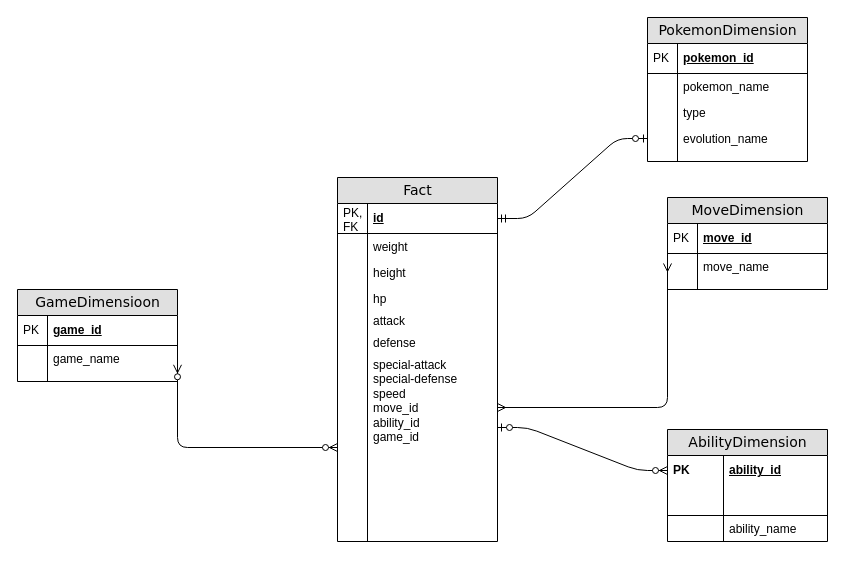
Before: Untitled Diagram.drawio in imranmahmood-mba/pokemon_spark_project, a draw.io diagram. Source tidied: cells renumbered, new cells numbered last; positions are measured from the earlier drawing's top-left corner, leaving out a move shared by most shapes. Both pictures are drawn from the tidied source at 100%, with x=0, y=0 at pixel (17, 17).
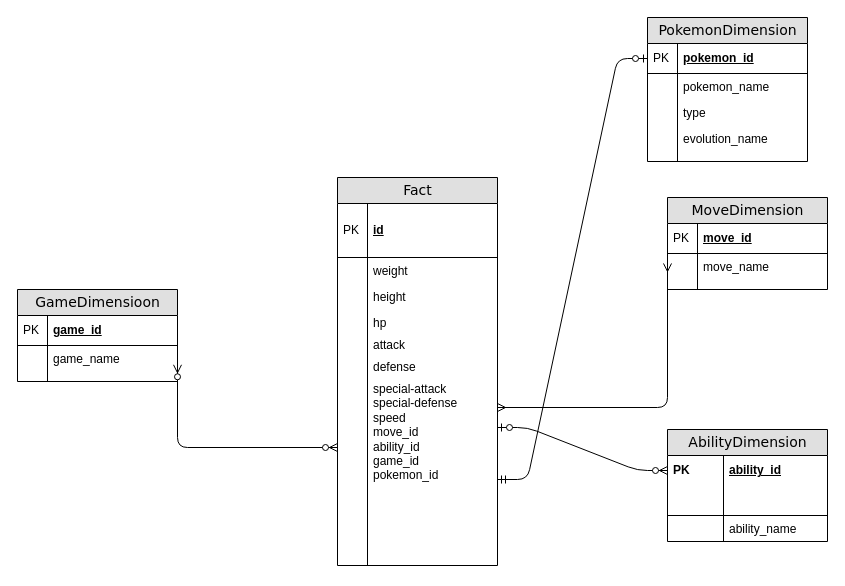
The same diagram, later.

Commit message:
added new primary key to fact table

The change refers to these unchanged cells:
```xml
<mxCell id="17" value="pokemon_id" style="shape=partialRectangle;top=0;left=0;right=0;bottom=1;html=1;align=left;verticalAlign=middle;fillColor=none;spacingLeft=34;spacingRight=4;whiteSpace=wrap;overflow=hidden;points=[[0,0.5],[1,0.5]];portConstraint=eastwest;fontStyle=5;" parent="16" vertex="1">
  <mxGeometry y="26" width="160" height="30" as="geometry" />
</mxCell>
<mxCell id="23" value="evolution_name" style="shape=partialRectangle;top=0;left=0;right=0;bottom=0;html=1;align=left;verticalAlign=top;fillColor=none;spacingLeft=34;spacingRight=4;whiteSpace=wrap;overflow=hidden;points=[[0,0.5],[1,0.5]];portConstraint=eastwest;" parent="16" vertex="1">
  <mxGeometry y="108" width="160" height="26" as="geometry" />
</mxCell>
```

Diff of the diagram source:
```diff
@@
-    <mxCell id="36" style="edgeStyle=entityRelationEdgeStyle;html=1;endArrow=ERzeroToOne;startArrow=ERmandOne;labelBackgroundColor=none;fontFamily=Verdana;fontSize=14;entryX=0;entryY=0.5;exitX=1;exitY=0.5;exitDx=0;exitDy=0;" parent="1" edge="1" source="39" target="23">
-      <mxGeometry relative="1" as="geometry" />
+    <mxCell id="36" style="edgeStyle=entityRelationEdgeStyle;html=1;endArrow=ERzeroToOne;startArrow=ERmandOne;labelBackgroundColor=none;fontFamily=Verdana;fontSize=14;exitX=1;exitY=0.5;exitDx=0;exitDy=0;" parent="1" edge="1" target="17">
+      <mxGeometry relative="1" as="geometry">
+        <mxPoint x="480" y="462" as="sourcePoint" />
+      </mxGeometry>
     </mxCell>
@@
     <mxCell id="38" value="Fact" style="swimlane;html=1;fontStyle=0;horizontal=1;startSize=26;fillColor=#e0e0e0;swimlaneFillColor=#ffffff;align=center;rounded=0;shadow=0;comic=0;labelBackgroundColor=none;strokeWidth=1;fontFamily=Verdana;fontSize=14;" parent="1" vertex="1">
-      <mxGeometry x="320" y="160" width="160" height="364" as="geometry" />
+      <mxGeometry x="320" y="160" width="160" height="388" as="geometry" />
     </mxCell>
     <mxCell id="39" value="id" style="shape=partialRectangle;top=0;left=0;right=0;bottom=1;html=1;align=left;verticalAlign=middle;fillColor=none;spacingLeft=34;spacingRight=4;whiteSpace=wrap;overflow=hidden;points=[[0,0.5],[1,0.5]];portConstraint=eastwest;fontStyle=5;" parent="38" vertex="1">
-      <mxGeometry y="26" width="160" height="30" as="geometry" />
+      <mxGeometry y="26" width="160" height="54" as="geometry" />
     </mxCell>
-    <mxCell id="40" value="PK, FK" style="shape=partialRectangle;top=0;left=0;bottom=0;html=1;fillColor=none;align=left;verticalAlign=middle;spacingLeft=4;spacingRight=4;whiteSpace=wrap;overflow=hidden;" parent="39" vertex="1">
-      <mxGeometry width="30" height="30" as="geometry" />
+    <mxCell id="40" value="PK&lt;br&gt;" style="shape=partialRectangle;top=0;left=0;bottom=0;html=1;fillColor=none;align=left;verticalAlign=middle;spacingLeft=4;spacingRight=4;whiteSpace=wrap;overflow=hidden;" parent="39" vertex="1">
+      <mxGeometry width="30" height="54" as="geometry" />
     </mxCell>
     <mxCell id="41" value="weight" style="shape=partialRectangle;top=0;left=0;right=0;bottom=0;html=1;align=left;verticalAlign=top;fillColor=none;spacingLeft=34;spacingRight=4;whiteSpace=wrap;overflow=hidden;" parent="38" vertex="1">
-      <mxGeometry y="56" width="160" height="26" as="geometry" />
+      <mxGeometry y="80" width="160" height="26" as="geometry" />
     </mxCell>
@@
     <mxCell id="43" value="height" style="shape=partialRectangle;top=0;left=0;right=0;bottom=0;html=1;align=left;verticalAlign=top;fillColor=none;spacingLeft=34;spacingRight=4;whiteSpace=wrap;overflow=hidden;" parent="38" vertex="1">
-      <mxGeometry y="82" width="160" height="26" as="geometry" />
+      <mxGeometry y="106" width="160" height="26" as="geometry" />
     </mxCell>
@@
     <mxCell id="45" value="hp" style="shape=partialRectangle;top=0;left=0;right=0;bottom=0;html=1;align=left;verticalAlign=top;fillColor=none;spacingLeft=34;spacingRight=4;whiteSpace=wrap;overflow=hidden;" parent="38" vertex="1">
-      <mxGeometry y="108" width="160" height="22" as="geometry" />
+      <mxGeometry y="132" width="160" height="22" as="geometry" />
     </mxCell>
@@
     <mxCell id="47" value="attack" style="shape=partialRectangle;top=0;left=0;right=0;bottom=0;html=1;align=left;verticalAlign=top;fillColor=none;spacingLeft=34;spacingRight=4;whiteSpace=wrap;overflow=hidden;" parent="38" vertex="1">
-      <mxGeometry y="130" width="160" height="22" as="geometry" />
+      <mxGeometry y="154" width="160" height="22" as="geometry" />
     </mxCell>
@@
     <mxCell id="49" value="defense" style="shape=partialRectangle;top=0;left=0;right=0;bottom=0;html=1;align=left;verticalAlign=top;fillColor=none;spacingLeft=34;spacingRight=4;whiteSpace=wrap;overflow=hidden;" parent="38" vertex="1">
-      <mxGeometry y="152" width="160" height="22" as="geometry" />
+      <mxGeometry y="176" width="160" height="22" as="geometry" />
     </mxCell>
@@
-    <mxCell id="51" value="special-attack&lt;br&gt;special-defense&lt;br&gt;speed&lt;br&gt;move_id&lt;br&gt;ability_id&lt;br&gt;game_id" style="shape=partialRectangle;top=0;left=0;right=0;bottom=0;html=1;align=left;verticalAlign=top;fillColor=none;spacingLeft=34;spacingRight=4;whiteSpace=wrap;overflow=hidden;points=[[0,0.5],[1,0.5]];portConstraint=eastwest;" parent="38" vertex="1">
-      <mxGeometry y="174" width="160" height="190" as="geometry" />
+    <mxCell id="51" value="special-attack&lt;br&gt;special-defense&lt;br&gt;speed&lt;br&gt;move_id&lt;br&gt;ability_id&lt;br&gt;game_id&lt;br&gt;pokemon_id" style="shape=partialRectangle;top=0;left=0;right=0;bottom=0;html=1;align=left;verticalAlign=top;fillColor=none;spacingLeft=34;spacingRight=4;whiteSpace=wrap;overflow=hidden;points=[[0,0.5],[1,0.5]];portConstraint=eastwest;" parent="38" vertex="1">
+      <mxGeometry y="198" width="160" height="190" as="geometry" />
     </mxCell>
```
